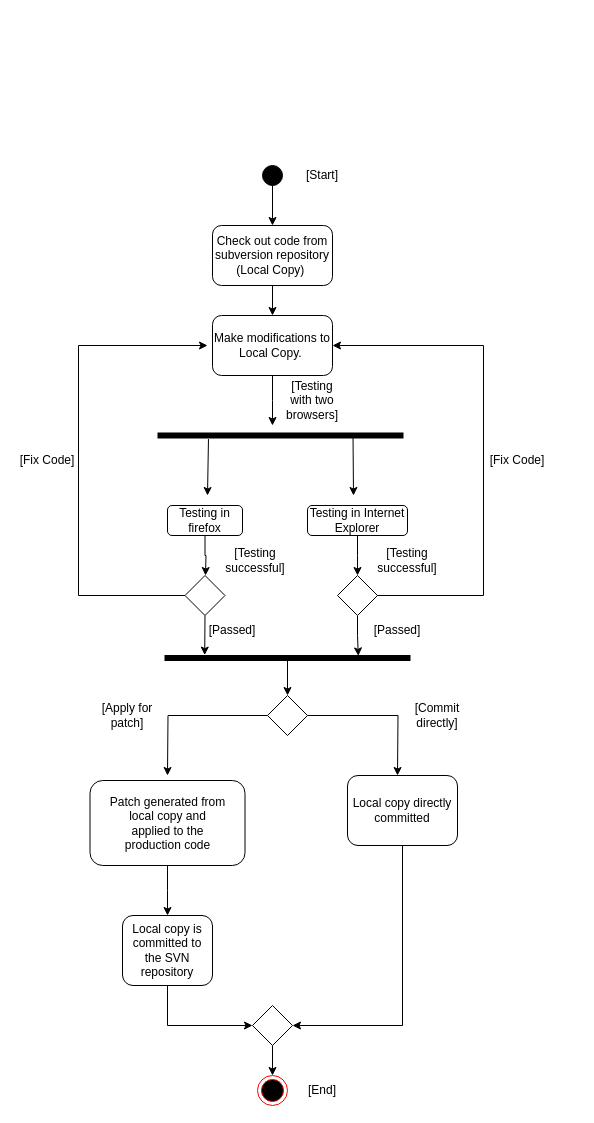
Above: Lab5/202101426_Lab5_Activity_Diagram.drawio in Bhavya418/IT314_SOFTWARE_ENGINEERING (draw.io), before the change. Source tidied: cells renumbered, new cells numbered last; positions are measured from the earlier drawing's top-left corner, leaving out a move shared by most shapes. Both pictures are drawn from the tidied source at 100%, with x=0, y=0 at pixel (17, 160).
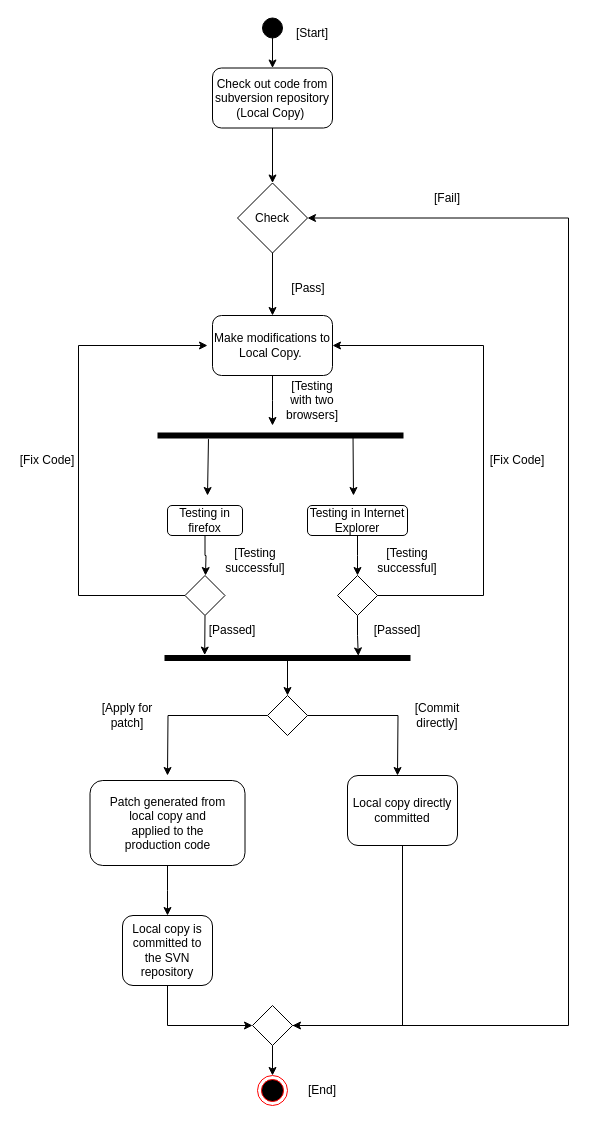
The same diagram, later.

Unchanged cells that the change refers to:
```xml
<mxCell id="7" value="Make modifications to&lt;br/&gt;Local Copy.&amp;nbsp;" style="rounded=1;whiteSpace=wrap;html=1;" parent="1" vertex="1">
  <mxGeometry x="195" y="155" width="120" height="60" as="geometry" />
</mxCell>
<mxCell id="42" style="rhombus;whiteSpace=wrap;html=1;" parent="1" vertex="1">
  <mxGeometry x="235" y="845" width="40" height="40" as="geometry" />
</mxCell>
```

Change to the diagram source:
```diff
@@
-    <mxCell id="2" style="edgeStyle=orthogonalEdgeStyle;rounded=0;jettySize=auto;html=1;" parent="1" edge="1" source="3" target="7">
-      <mxGeometry relative="1" as="geometry" />
-    </mxCell>
+    <mxCell id="46" style="edgeStyle=orthogonalEdgeStyle;rounded=0;jettySize=auto;html=1;exitX=0.5;exitY=1;exitDx=0;exitDy=0;entryX=0.5;entryY=0;entryDx=0;entryDy=0;" parent="1" edge="1" source="3" target="49">
+      <mxGeometry relative="1" as="geometry" />
+    </mxCell>
     <mxCell id="3" value="Check out code from&lt;br/&gt;subversion repository&lt;br/&gt;(Local Copy)&amp;nbsp;" style="rounded=1;whiteSpace=wrap;html=1;" parent="1" vertex="1">
-      <mxGeometry x="195" y="65" width="120" height="60" as="geometry" />
+      <mxGeometry x="195" y="-92.5" width="120" height="60" as="geometry" />
     </mxCell>
@@
     <mxCell id="5" style="ellipse;whiteSpace=wrap;html=1;fillColor=#000000;" parent="1" vertex="1">
-      <mxGeometry x="245" y="5" width="20" height="20" as="geometry" />
+      <mxGeometry x="245" y="-142.5" width="20" height="20" as="geometry" />
     </mxCell>
@@
+    <mxCell id="47" style="edgeStyle=orthogonalEdgeStyle;rounded=0;jettySize=auto;html=1;exitX=1;exitY=0.5;exitDx=0;exitDy=0;entryX=1;entryY=0.5;entryDx=0;entryDy=0;" parent="1" edge="1" source="42" target="49">
+      <mxGeometry relative="1" as="geometry">
+        <Array as="points">
+          <mxPoint x="551" y="865.5" />
+          <mxPoint x="551" y="57.5" />
+        </Array>
+      </mxGeometry>
+    </mxCell>
@@
     <mxCell id="44" value="[Start]" style="text;html=1;strokeColor=none;fillColor=none;align=center;verticalAlign=middle;whiteSpace=wrap;rounded=0;" parent="1" vertex="1">
-      <mxGeometry x="275" width="60" height="30" as="geometry" />
+      <mxGeometry x="265" y="-142.5" width="60" height="30" as="geometry" />
     </mxCell>
@@
+    <mxCell id="48" style="edgeStyle=orthogonalEdgeStyle;rounded=0;jettySize=auto;html=1;exitX=0.5;exitY=1;exitDx=0;exitDy=0;entryX=0.5;entryY=0;entryDx=0;entryDy=0;" parent="1" edge="1" source="49" target="7">
+      <mxGeometry relative="1" as="geometry" />
+    </mxCell>
+    <mxCell id="49" value="Check" style="rhombus;whiteSpace=wrap;html=1;" parent="1" vertex="1">
+      <mxGeometry x="220" y="22.5" width="70" height="70" as="geometry" />
+    </mxCell>
+    <mxCell id="50" value="[Pass]" style="text;html=1;strokeColor=none;fillColor=none;align=center;verticalAlign=middle;whiteSpace=wrap;rounded=0;" parent="1" vertex="1">
+      <mxGeometry x="260.5" y="112.5" width="60" height="30" as="geometry" />
+    </mxCell>
+    <mxCell id="51" value="[Fail]" style="text;html=1;strokeColor=none;fillColor=none;align=center;verticalAlign=middle;whiteSpace=wrap;rounded=0;" parent="1" vertex="1">
+      <mxGeometry x="400" y="22.5" width="60" height="30" as="geometry" />
+    </mxCell>
```
